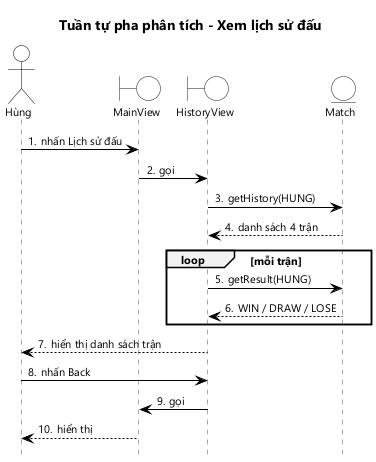
The PlantUML diagram docs/hung/tuan-tu-phan-tich-uc06.png in HungNguyenBa1811/math-dash, before a commit.
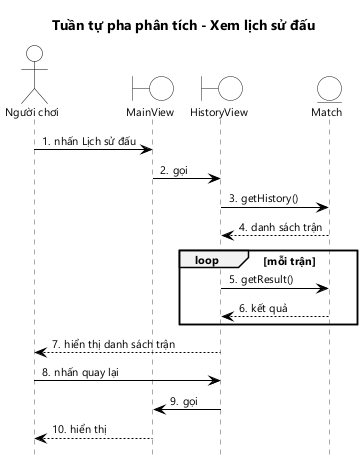
After the change.

Diff of the diagram source:
```diff
@@ -2,21 +2,21 @@
 !include _seq.iuml
 title Tuần tự pha phân tích - Xem lịch sử đấu
 
-actor "Hùng" as U
+actor "Người chơi" as U
 boundary MainView as MV
 boundary HistoryView as HV
 entity Match as M
 
 U -> MV : nhấn Lịch sử đấu
 MV -> HV : gọi
-HV -> M : getHistory(HUNG)
-M --> HV : danh sách 4 trận
+HV -> M : getHistory()
+M --> HV : danh sách trận
 loop mỗi trận
-  HV -> M : getResult(HUNG)
-  M --> HV : WIN / DRAW / LOSE
+  HV -> M : getResult()
+  M --> HV : kết quả
 end
 HV --> U : hiển thị danh sách trận
-U -> HV : nhấn Back
+U -> HV : nhấn quay lại
 HV -> MV : gọi
 MV --> U : hiển thị
 @enduml
```
